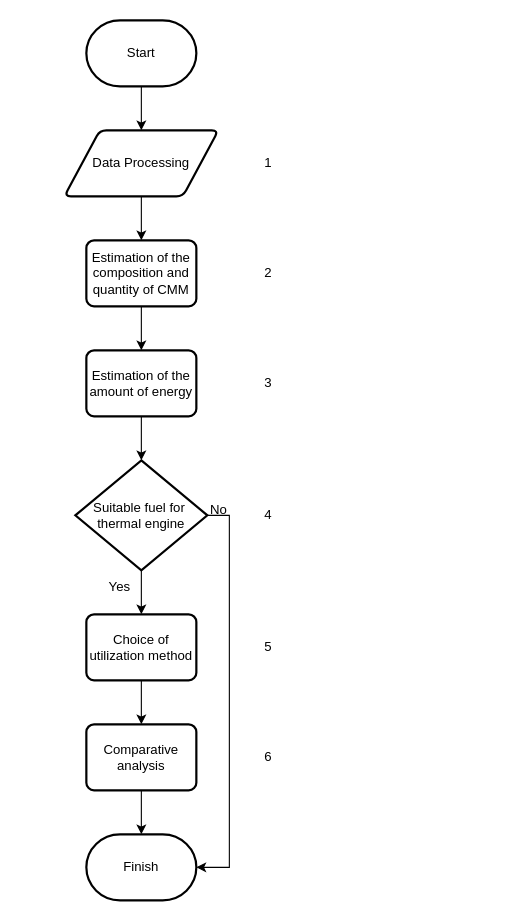
Before: Диаграмма без названия.drawio in Randyrofed/CMM, a draw.io diagram. Source tidied: cells renumbered, new cells numbered last; positions are measured from the earlier drawing's top-left corner, leaving out a move shared by most shapes. Both pictures are drawn from the tidied source at 110%, with x=0, y=0 at pixel (64, 20).
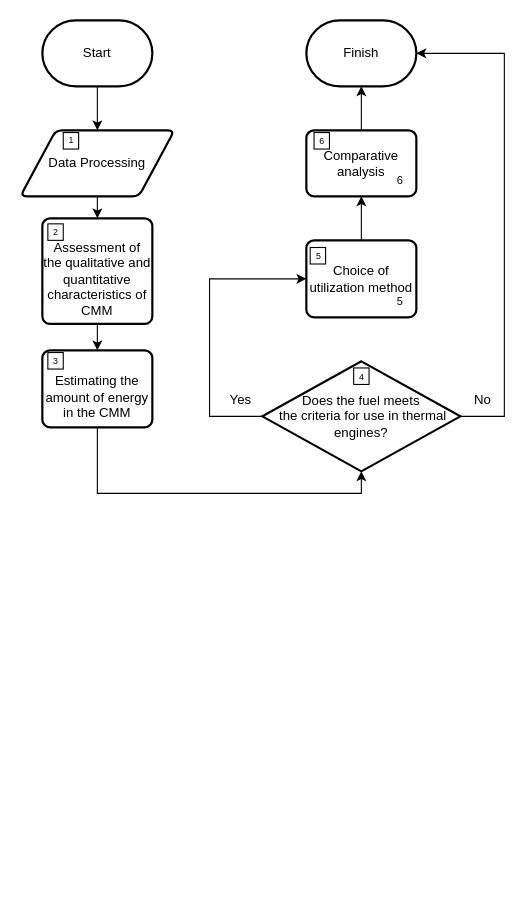
The same diagram, later.

The edit, as a diff of the source:
```diff
@@
     <mxCell id="3" value="Start" style="strokeWidth=2;html=1;shape=mxgraph.flowchart.terminator;whiteSpace=wrap;" parent="1" vertex="1">
-      <mxGeometry x="20" width="100" height="60" as="geometry" />
+      <mxGeometry x="-20" width="100" height="60" as="geometry" />
     </mxCell>
-    <mxCell id="4" style="edgeStyle=orthogonalEdgeStyle;rounded=0;jettySize=auto;html=1;exitX=0.5;exitY=1;exitDx=0;exitDy=0;" parent="1" edge="1" source="5">
-      <mxGeometry relative="1" as="geometry">
-        <mxPoint x="70" y="200" as="targetPoint" />
-      </mxGeometry>
+    <mxCell id="4" style="edgeStyle=orthogonalEdgeStyle;rounded=0;jettySize=auto;html=1;exitX=0.5;exitY=1;exitDx=0;exitDy=0;entryX=0.5;entryY=0;entryDx=0;entryDy=0;" parent="1" edge="1" source="5" target="7">
+      <mxGeometry relative="1" as="geometry" />
     </mxCell>
     <mxCell id="5" value="Data Processing" style="shape=parallelogram;html=1;strokeWidth=2;perimeter=parallelogramPerimeter;whiteSpace=wrap;rounded=1;arcSize=12;size=0.23;" parent="1" vertex="1">
-      <mxGeometry y="100" width="140" height="60" as="geometry" />
+      <mxGeometry x="-40" y="100" width="140" height="60" as="geometry" />
     </mxCell>
@@
-    <mxCell id="7" value="Estimation of the composition and quantity of СMM" style="rounded=1;whiteSpace=wrap;html=1;absoluteArcSize=1;arcSize=14;strokeWidth=2;" parent="1" vertex="1">
-      <mxGeometry x="20" y="200" width="100" height="60" as="geometry" />
+    <mxCell id="7" value="&lt;br&gt;Assessment of the qualitative and quantitative characteristics of CMM" style="rounded=1;whiteSpace=wrap;html=1;absoluteArcSize=1;arcSize=14;strokeWidth=2;" parent="1" vertex="1">
+      <mxGeometry x="-20" y="180" width="100" height="96" as="geometry" />
     </mxCell>
-    <mxCell id="8" style="edgeStyle=orthogonalEdgeStyle;rounded=0;jettySize=auto;html=1;exitX=0.5;exitY=1;exitDx=0;exitDy=0;entryX=0.5;entryY=0;entryDx=0;entryDy=0;entryPerimeter=0;" parent="1" edge="1" source="9" target="12">
+    <mxCell id="8" style="edgeStyle=orthogonalEdgeStyle;rounded=0;jettySize=auto;html=1;exitX=0.5;exitY=1;exitDx=0;exitDy=0;entryX=0.5;entryY=1;entryDx=0;entryDy=0;entryPerimeter=0;" parent="1" edge="1" source="9" target="12">
       <mxGeometry relative="1" as="geometry" />
     </mxCell>
-    <mxCell id="9" value="Estimation of the amount of energy" style="rounded=1;whiteSpace=wrap;html=1;absoluteArcSize=1;arcSize=14;strokeWidth=2;" parent="1" vertex="1">
-      <mxGeometry x="20" y="300" width="100" height="60" as="geometry" />
+    <mxCell id="9" value="&lt;br&gt;Estimating the amount of energy in the CMM" style="rounded=1;whiteSpace=wrap;html=1;absoluteArcSize=1;arcSize=14;strokeWidth=2;" parent="1" vertex="1">
+      <mxGeometry x="-20" y="300" width="100" height="70" as="geometry" />
     </mxCell>
     <mxCell id="10" style="edgeStyle=orthogonalEdgeStyle;rounded=0;jettySize=auto;html=1;exitX=1;exitY=0.5;exitDx=0;exitDy=0;exitPerimeter=0;entryX=1;entryY=0.5;entryDx=0;entryDy=0;entryPerimeter=0;" parent="1" edge="1" source="12" target="17">
-      <mxGeometry relative="1" as="geometry" />
+      <mxGeometry relative="1" as="geometry">
+        <Array as="points">
+          <mxPoint x="400" y="360" />
+          <mxPoint x="400" y="30" />
+        </Array>
+      </mxGeometry>
     </mxCell>
-    <mxCell id="11" style="edgeStyle=orthogonalEdgeStyle;rounded=0;jettySize=auto;html=1;exitX=0.5;exitY=1;exitDx=0;exitDy=0;exitPerimeter=0;entryX=0.5;entryY=0;entryDx=0;entryDy=0;" parent="1" edge="1" source="12" target="14">
-      <mxGeometry relative="1" as="geometry" />
+    <mxCell id="11" style="edgeStyle=orthogonalEdgeStyle;rounded=0;jettySize=auto;html=1;exitX=0;exitY=0.5;exitDx=0;exitDy=0;exitPerimeter=0;entryX=0;entryY=0.5;entryDx=0;entryDy=0;fontSize=8;" parent="1" edge="1" source="12" target="14">
+      <mxGeometry relative="1" as="geometry">
+        <Array as="points">
+          <mxPoint x="132" y="360" />
+          <mxPoint x="132" y="235" />
+        </Array>
+      </mxGeometry>
     </mxCell>
-    <mxCell id="12" value="Suitable fuel for&amp;nbsp;&lt;br&gt;thermal engine" style="strokeWidth=2;html=1;shape=mxgraph.flowchart.decision;whiteSpace=wrap;" parent="1" vertex="1">
-      <mxGeometry x="10" y="400" width="120" height="100" as="geometry" />
+    <mxCell id="12" value="Does the fuel meets&lt;br&gt;&amp;nbsp;the criteria for use in thermal engines?" style="strokeWidth=2;html=1;shape=mxgraph.flowchart.decision;whiteSpace=wrap;" parent="1" vertex="1">
+      <mxGeometry x="180" y="310" width="180" height="100" as="geometry" />
     </mxCell>
-    <mxCell id="13" style="edgeStyle=orthogonalEdgeStyle;rounded=0;jettySize=auto;html=1;exitX=0.5;exitY=1;exitDx=0;exitDy=0;entryX=0.5;entryY=0;entryDx=0;entryDy=0;" parent="1" edge="1" source="14" target="16">
+    <mxCell id="13" style="edgeStyle=orthogonalEdgeStyle;rounded=0;jettySize=auto;html=1;exitX=0.5;exitY=0;exitDx=0;exitDy=0;entryX=0.5;entryY=1;entryDx=0;entryDy=0;" parent="1" edge="1" source="14" target="16">
       <mxGeometry relative="1" as="geometry" />
     </mxCell>
     <mxCell id="14" value="Choice of utilization method" style="rounded=1;whiteSpace=wrap;html=1;absoluteArcSize=1;arcSize=14;strokeWidth=2;" parent="1" vertex="1">
-      <mxGeometry x="20" y="540" width="100" height="60" as="geometry" />
+      <mxGeometry x="220" y="200" width="100" height="70" as="geometry" />
     </mxCell>
-    <mxCell id="15" style="edgeStyle=orthogonalEdgeStyle;rounded=0;jettySize=auto;html=1;exitX=0.5;exitY=1;exitDx=0;exitDy=0;entryX=0.5;entryY=0;entryDx=0;entryDy=0;entryPerimeter=0;" parent="1" edge="1" source="16" target="17">
+    <mxCell id="15" style="edgeStyle=orthogonalEdgeStyle;rounded=0;jettySize=auto;html=1;exitX=0.5;exitY=0;exitDx=0;exitDy=0;entryX=0.5;entryY=1;entryDx=0;entryDy=0;entryPerimeter=0;" parent="1" edge="1" source="16" target="17">
       <mxGeometry relative="1" as="geometry" />
     </mxCell>
     <mxCell id="16" value="Comparative analysis" style="rounded=1;whiteSpace=wrap;html=1;absoluteArcSize=1;arcSize=14;strokeWidth=2;" parent="1" vertex="1">
-      <mxGeometry x="20" y="640" width="100" height="60" as="geometry" />
+      <mxGeometry x="220" y="100" width="100" height="60" as="geometry" />
     </mxCell>
     <mxCell id="17" value="Finish" style="strokeWidth=2;html=1;shape=mxgraph.flowchart.terminator;whiteSpace=wrap;" parent="1" vertex="1">
-      <mxGeometry x="20" y="740" width="100" height="60" as="geometry" />
+      <mxGeometry x="220" width="100" height="60" as="geometry" />
     </mxCell>
+    <mxCell id="25" value="No" style="text;html=1;align=center;verticalAlign=middle;fillColor=none;strokeColor=none;rounded=0;" parent="1" vertex="1">
+      <mxGeometry x="360" y="330" width="40" height="30" as="geometry" />
+    </mxCell>
+    <mxCell id="24" value="Yes" style="text;html=1;align=center;verticalAlign=middle;fillColor=none;strokeColor=none;rounded=0;" parent="1" vertex="1">
+      <mxGeometry x="140" y="330" width="40" height="30" as="geometry" />
+    </mxCell>
+    <mxCell id="26" value="&lt;font style=&quot;font-size: 10px;&quot;&gt;5&lt;/font&gt;" style="text;html=1;align=center;verticalAlign=middle;fillColor=none;strokeColor=none;rounded=0;" parent="1" vertex="1">
+      <mxGeometry x="290" y="240" width="30" height="30" as="geometry" />
+    </mxCell>
+    <mxCell id="27" value="&lt;font style=&quot;font-size: 10px;&quot;&gt;6&lt;/font&gt;" style="text;html=1;align=center;verticalAlign=middle;fillColor=none;strokeColor=none;rounded=0;" parent="1" vertex="1">
+      <mxGeometry x="290" y="130" width="30" height="30" as="geometry" />
+    </mxCell>
+    <mxCell id="28" style="whiteSpace=wrap;html=1;strokeColor=default;strokeWidth=1;fontSize=8;fillColor=none;" parent="1" vertex="1">
+      <mxGeometry x="-1" y="102" width="14" height="15" as="geometry" />
+    </mxCell>
-    <mxCell id="18" value="1" style="text;html=1;align=center;verticalAlign=middle;fillColor=none;strokeColor=none;rounded=0;" parent="1" vertex="1">
-      <mxGeometry x="170" y="115" width="30" height="30" as="geometry" />
+    <mxCell id="18" value="1" style="text;html=1;align=center;verticalAlign=middle;fillColor=none;strokeColor=none;rounded=0;strokeWidth=1;fontSize=8;" parent="1" vertex="1">
+      <mxGeometry x="-4.5" y="94.5" width="21" height="28" as="geometry" />
     </mxCell>
+    <mxCell id="29" style="whiteSpace=wrap;html=1;strokeColor=default;strokeWidth=1;fontSize=8;fillColor=none;" parent="1" vertex="1">
+      <mxGeometry x="227" y="102" width="14" height="15" as="geometry" />
+    </mxCell>
+    <mxCell id="30" style="whiteSpace=wrap;html=1;strokeColor=default;strokeWidth=1;fontSize=8;fillColor=none;" parent="1" vertex="1">
+      <mxGeometry x="223.5" y="206.5" width="14" height="15" as="geometry" />
+    </mxCell>
+    <mxCell id="31" style="whiteSpace=wrap;html=1;strokeColor=default;strokeWidth=1;fontSize=8;fillColor=none;" parent="1" vertex="1">
+      <mxGeometry x="263" y="316" width="14" height="15" as="geometry" />
+    </mxCell>
+    <mxCell id="32" style="whiteSpace=wrap;html=1;strokeColor=default;strokeWidth=1;fontSize=8;fillColor=none;" parent="1" vertex="1">
+      <mxGeometry x="-15" y="302" width="14" height="15" as="geometry" />
+    </mxCell>
+    <mxCell id="33" style="whiteSpace=wrap;html=1;strokeColor=default;strokeWidth=1;fontSize=8;fillColor=none;" parent="1" vertex="1">
+      <mxGeometry x="-15" y="185" width="14" height="15" as="geometry" />
+    </mxCell>
-    <mxCell id="19" value="2" style="text;html=1;align=center;verticalAlign=middle;fillColor=none;strokeColor=none;rounded=0;" parent="1" vertex="1">
-      <mxGeometry x="170" y="215" width="30" height="30" as="geometry" />
+    <mxCell id="19" value="2" style="text;html=1;align=center;verticalAlign=middle;fillColor=none;strokeColor=none;rounded=0;strokeWidth=1;fontSize=8;" parent="1" vertex="1">
+      <mxGeometry x="-18.5" y="178.5" width="21" height="28" as="geometry" />
     </mxCell>
-    <mxCell id="20" value="3" style="text;html=1;align=center;verticalAlign=middle;fillColor=none;strokeColor=none;rounded=0;" parent="1" vertex="1">
-      <mxGeometry x="170" y="315" width="30" height="30" as="geometry" />
+    <mxCell id="20" value="3" style="text;html=1;align=center;verticalAlign=middle;fillColor=none;strokeColor=none;rounded=0;strokeWidth=1;fontSize=8;" parent="1" vertex="1">
+      <mxGeometry x="-18.5" y="295.5" width="21" height="28" as="geometry" />
     </mxCell>
+    <mxCell id="34" value="6" style="text;html=1;align=center;verticalAlign=middle;fillColor=none;strokeColor=none;rounded=0;strokeWidth=1;fontSize=8;" parent="1" vertex="1">
+      <mxGeometry x="223.5" y="95.5" width="21" height="28" as="geometry" />
+    </mxCell>
+    <mxCell id="35" value="5" style="text;html=1;align=center;verticalAlign=middle;fillColor=none;strokeColor=none;rounded=0;strokeWidth=1;fontSize=8;" parent="1" vertex="1">
+      <mxGeometry x="220" y="200" width="21" height="28" as="geometry" />
+    </mxCell>
-    <mxCell id="21" value="4" style="text;html=1;align=center;verticalAlign=middle;fillColor=none;strokeColor=none;rounded=0;" parent="1" vertex="1">
-      <mxGeometry x="170" y="435" width="30" height="30" as="geometry" />
+    <mxCell id="21" value="4" style="text;html=1;align=center;verticalAlign=middle;fillColor=none;strokeColor=none;rounded=0;strokeWidth=1;fontSize=8;" parent="1" vertex="1">
+      <mxGeometry x="259.5" y="310" width="21" height="28" as="geometry" />
     </mxCell>
-    <mxCell id="22" value="5" style="text;html=1;align=center;verticalAlign=middle;fillColor=none;strokeColor=none;rounded=0;" parent="1" vertex="1">
-      <mxGeometry x="170" y="555" width="30" height="30" as="geometry" />
-    </mxCell>
-    <mxCell id="23" value="6" style="text;html=1;align=center;verticalAlign=middle;fillColor=none;strokeColor=none;rounded=0;" parent="1" vertex="1">
-      <mxGeometry x="170" y="655" width="30" height="30" as="geometry" />
-    </mxCell>
-    <mxCell id="24" value="Yes" style="text;html=1;align=center;verticalAlign=middle;fillColor=none;strokeColor=none;rounded=0;" parent="1" vertex="1">
-      <mxGeometry x="30" y="500" width="40" height="30" as="geometry" />
-    </mxCell>
-    <mxCell id="25" value="No" style="text;html=1;align=center;verticalAlign=middle;fillColor=none;strokeColor=none;rounded=0;" parent="1" vertex="1">
-      <mxGeometry x="120" y="430" width="40" height="30" as="geometry" />
-    </mxCell>
```
